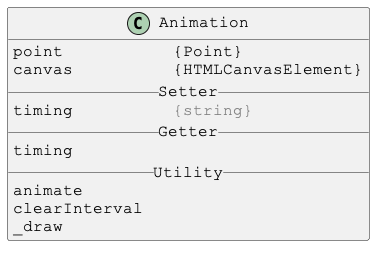
The PlantUML diagram docs/PlantUml/images/Animation.png in Justin-Byrne/canvasLab, before a commit.
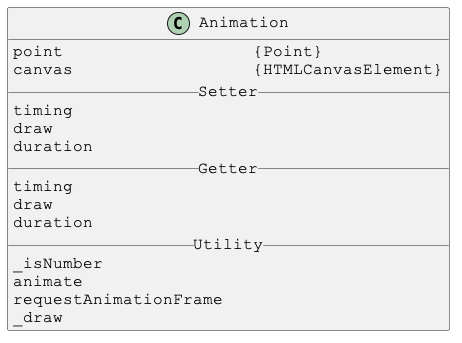
After the change.

The edit, as a diff of the source:
```diff
@@ -4,15 +4,20 @@
 skinparam DefaultFontName Courier New
 
 class Animation {
-point           {Point}
-canvas          {HTMLCanvasElement}
+point                   {Point}
+canvas                  {HTMLCanvasElement}
 __ Setter __
-timing          <color:gray>{string}</color>
+timing
+draw
+duration
 __ Getter __
 timing
+draw
+duration
 __ Utility __
+_isNumber
 animate
-clearInterval
+requestAnimationFrame
 _draw
 }
 
```
